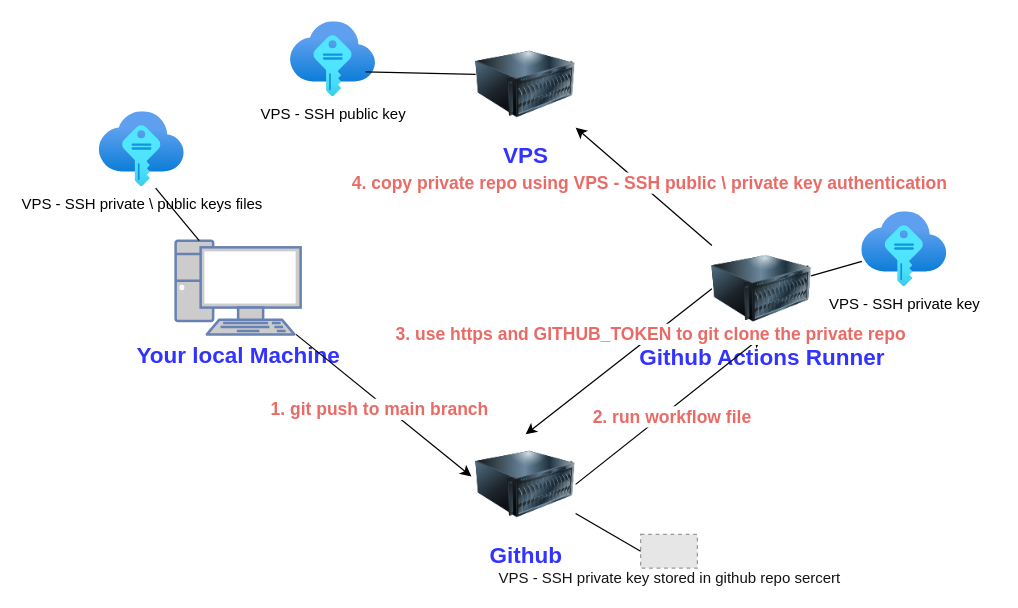
Above: figs/high-level-schema.drawio in NathanKr/github-actions-simply-deploy-to-vps (draw.io), before the change. Source tidied: cells renumbered, new cells numbered last; positions are measured from the earlier drawing's top-left corner, leaving out a move shared by most shapes. Both pictures are drawn from the tidied source at 125%, with x=0, y=0 at pixel (99, 21). Pictures stored in the file or linked from it are replaced by grey dashed boxes.
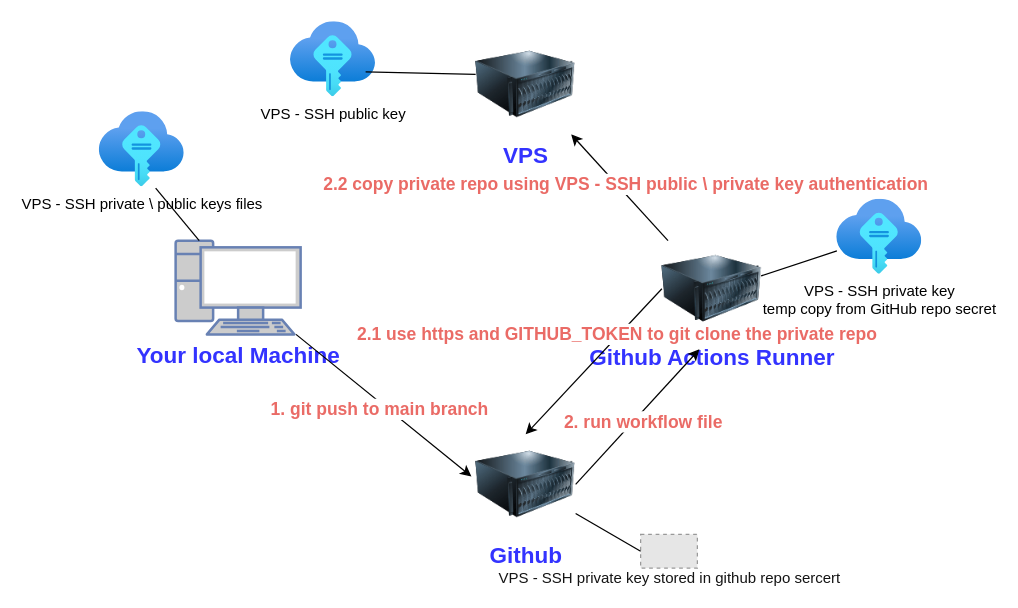
The same page after the edit.

The change refers to these unchanged cells:
```xml
<mxCell id="5" value="&lt;font style=&quot;font-size: 18px; color: rgb(51, 51, 255);&quot;&gt;&lt;b style=&quot;&quot;&gt;Github&lt;/b&gt;&lt;/font&gt;" style="image;html=1;image=img/lib/clip_art/computers/Server_128x128.png;" parent="1" vertex="1">
  <mxGeometry x="301" y="330" width="80" height="80" as="geometry" />
</mxCell>
<mxCell id="10" style="endArrow=classic;html=1;rounded=0;" parent="1" edge="1" source="3" target="4">
  <mxGeometry relative="1" as="geometry" />
</mxCell>
<mxCell id="20" style="endArrow=classic;html=1;rounded=0;exitX=0;exitY=0.5;exitDx=0;exitDy=0;entryX=0.5;entryY=0;entryDx=0;entryDy=0;" parent="1" edge="1" source="3" target="5">
  <mxGeometry relative="1" as="geometry" />
</mxCell>
```

The edit, as a diff of the source:
```diff
@@
     <mxCell id="3" value="&lt;font style=&quot;font-size: 18px; color: rgb(51, 51, 255);&quot;&gt;&lt;b style=&quot;&quot;&gt;Github Actions Runner&lt;/b&gt;&lt;/font&gt;" style="image;html=1;image=img/lib/clip_art/computers/Server_128x128.png;" parent="1" vertex="1">
-      <mxGeometry x="490" y="175" width="80" height="77" as="geometry" />
+      <mxGeometry x="450" y="175" width="80" height="77" as="geometry" />
     </mxCell>
@@
-    <mxCell id="8" style="endArrow=classic;html=1;rounded=0;exitX=1;exitY=0.5;exitDx=0;exitDy=0;entryX=0.5;entryY=1;entryDx=0;entryDy=0;" parent="1" edge="1" source="5" target="3">
-      <mxGeometry relative="1" as="geometry" />
+    <mxCell id="8" style="endArrow=classic;html=1;rounded=0;exitX=1;exitY=0.5;exitDx=0;exitDy=0;" parent="1" edge="1" source="5">
+      <mxGeometry relative="1" as="geometry">
+        <mxPoint x="480" y="262" as="targetPoint" />
+      </mxGeometry>
     </mxCell>
@@
-    <mxCell id="11" value="&lt;font style=&quot;font-size: 14px; color: rgb(234, 107, 102);&quot;&gt;&lt;b&gt;4. copy private repo using VPS - SSH public \ private key authentication&lt;/b&gt;&lt;/font&gt;" style="edgeLabel;html=1;align=center;verticalAlign=middle;" parent="10" vertex="1">
+    <mxCell id="11" value="&lt;font style=&quot;font-size: 14px ; color: rgb(234 , 107 , 102)&quot;&gt;&lt;b&gt;2.2 copy private repo using VPS - SSH public \ private key authentication&lt;/b&gt;&lt;/font&gt;" style="edgeLabel;html=1;align=center;verticalAlign=middle;" parent="10" vertex="1">
       <mxGeometry x="-0.01" y="-5" relative="1" as="geometry" />
     </mxCell>
@@
-    <mxCell id="16" value="VPS - SSH private key" style="image;html=1;points=[];align=center;fontSize=12;image=img/lib/azure2/other/SSH_Keys.svg;" parent="1" vertex="1">
-      <mxGeometry x="610" y="152" width="68" height="60" as="geometry" />
+    <mxCell id="16" value="VPS - SSH private key&lt;br&gt;temp copy from GitHub repo secret" style="image;html=1;points=[];align=center;fontSize=12;image=img/lib/azure2/other/SSH_Keys.svg;" parent="1" vertex="1">
+      <mxGeometry x="590" y="142" width="68" height="60" as="geometry" />
     </mxCell>
@@
-    <mxCell id="21" value="&lt;font style=&quot;font-size: 14px; color: rgb(234, 107, 102);&quot;&gt;&lt;b style=&quot;&quot;&gt;3. use https and GITHUB_TOKEN to git clone the private repo&lt;/b&gt;&lt;/font&gt;" style="edgeLabel;html=1;align=center;verticalAlign=middle;" parent="20" vertex="1">
+    <mxCell id="21" value="&lt;font style=&quot;font-size: 14px ; color: rgb(234 , 107 , 102)&quot;&gt;&lt;b&gt;2.1 use https and GITHUB_TOKEN to git clone the private repo&lt;/b&gt;&lt;/font&gt;" style="edgeLabel;html=1;align=center;verticalAlign=middle;" parent="20" vertex="1">
       <mxGeometry x="-0.36" y="-2" relative="1" as="geometry" />
     </mxCell>
```
